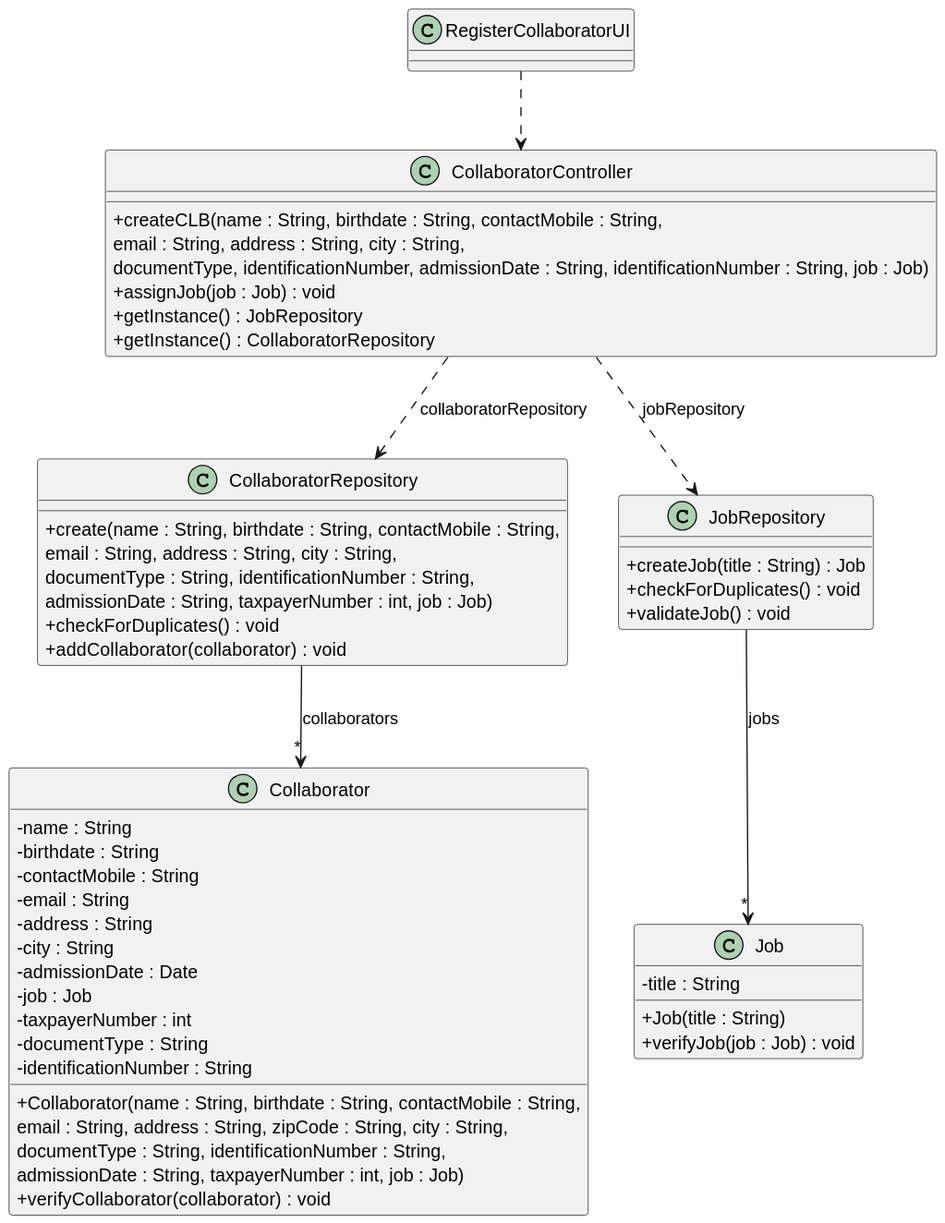
RicardoMorim/lapr2-ISEP-Project keeps this PlantUML diagram as docs/sprintB/us003/03.design/svg/us003-class-diagram.svg. Above is the earlier version.
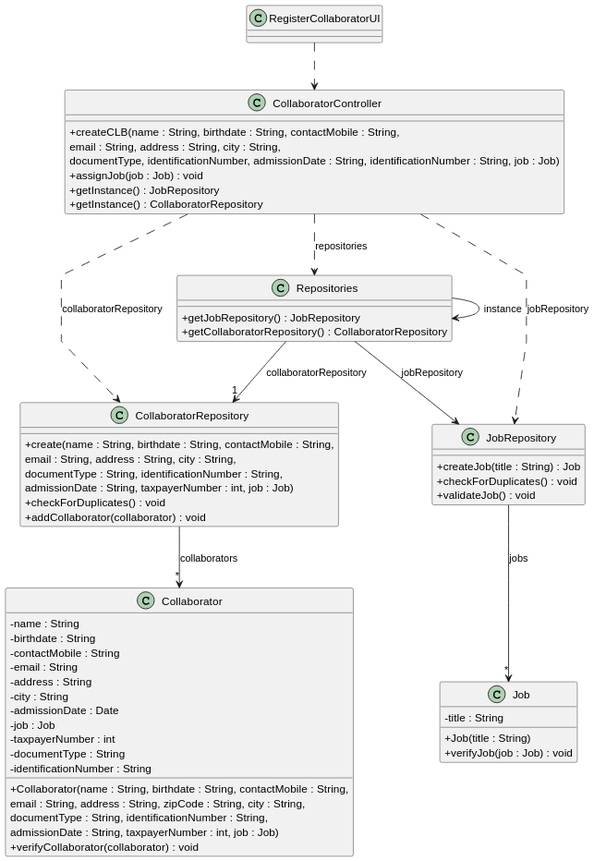
Later version of the same file.

Commit message:
Corrected some things on US003

Change to the diagram source:
```diff
@@ -17,6 +17,12 @@
     + getInstance() : CollaboratorRepository
 
 }
+
+class Repositories {
+    +getJobRepository() : JobRepository
+    +getCollaboratorRepository() : CollaboratorRepository
+}
+
 
 
 class CollaboratorRepository {
@@ -58,7 +64,10 @@
 
 RegisterCollaboratorUI ..> CollaboratorController
 
-
+CollaboratorController ..> Repositories : repositories
+Repositories --> Repositories : instance
+Repositories --> JobRepository : jobRepository
+Repositories --> "1"CollaboratorRepository : collaboratorRepository
 CollaboratorRepository --> "*" Collaborator : collaborators
 CollaboratorController ..> CollaboratorRepository : collaboratorRepository
 CollaboratorController ..> JobRepository : jobRepository
```
